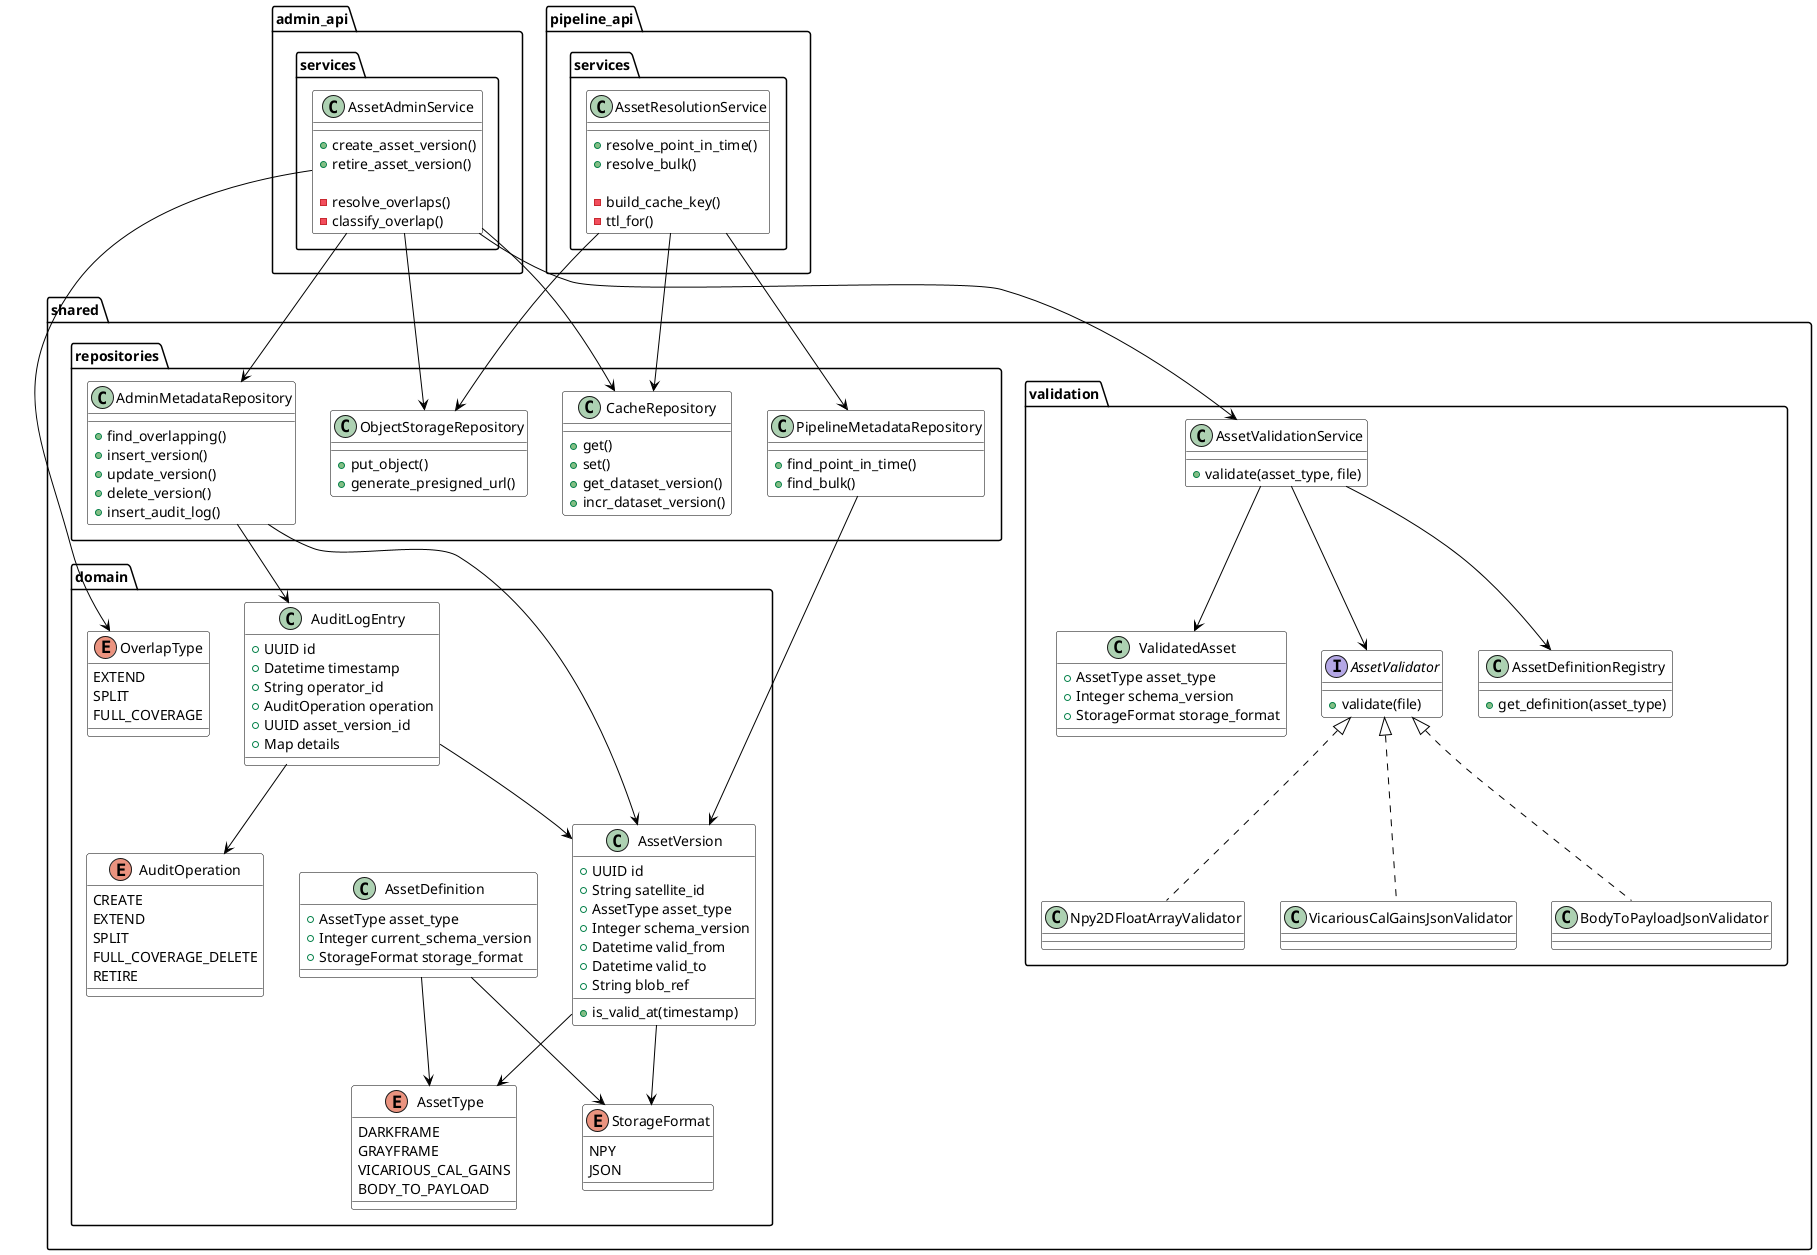
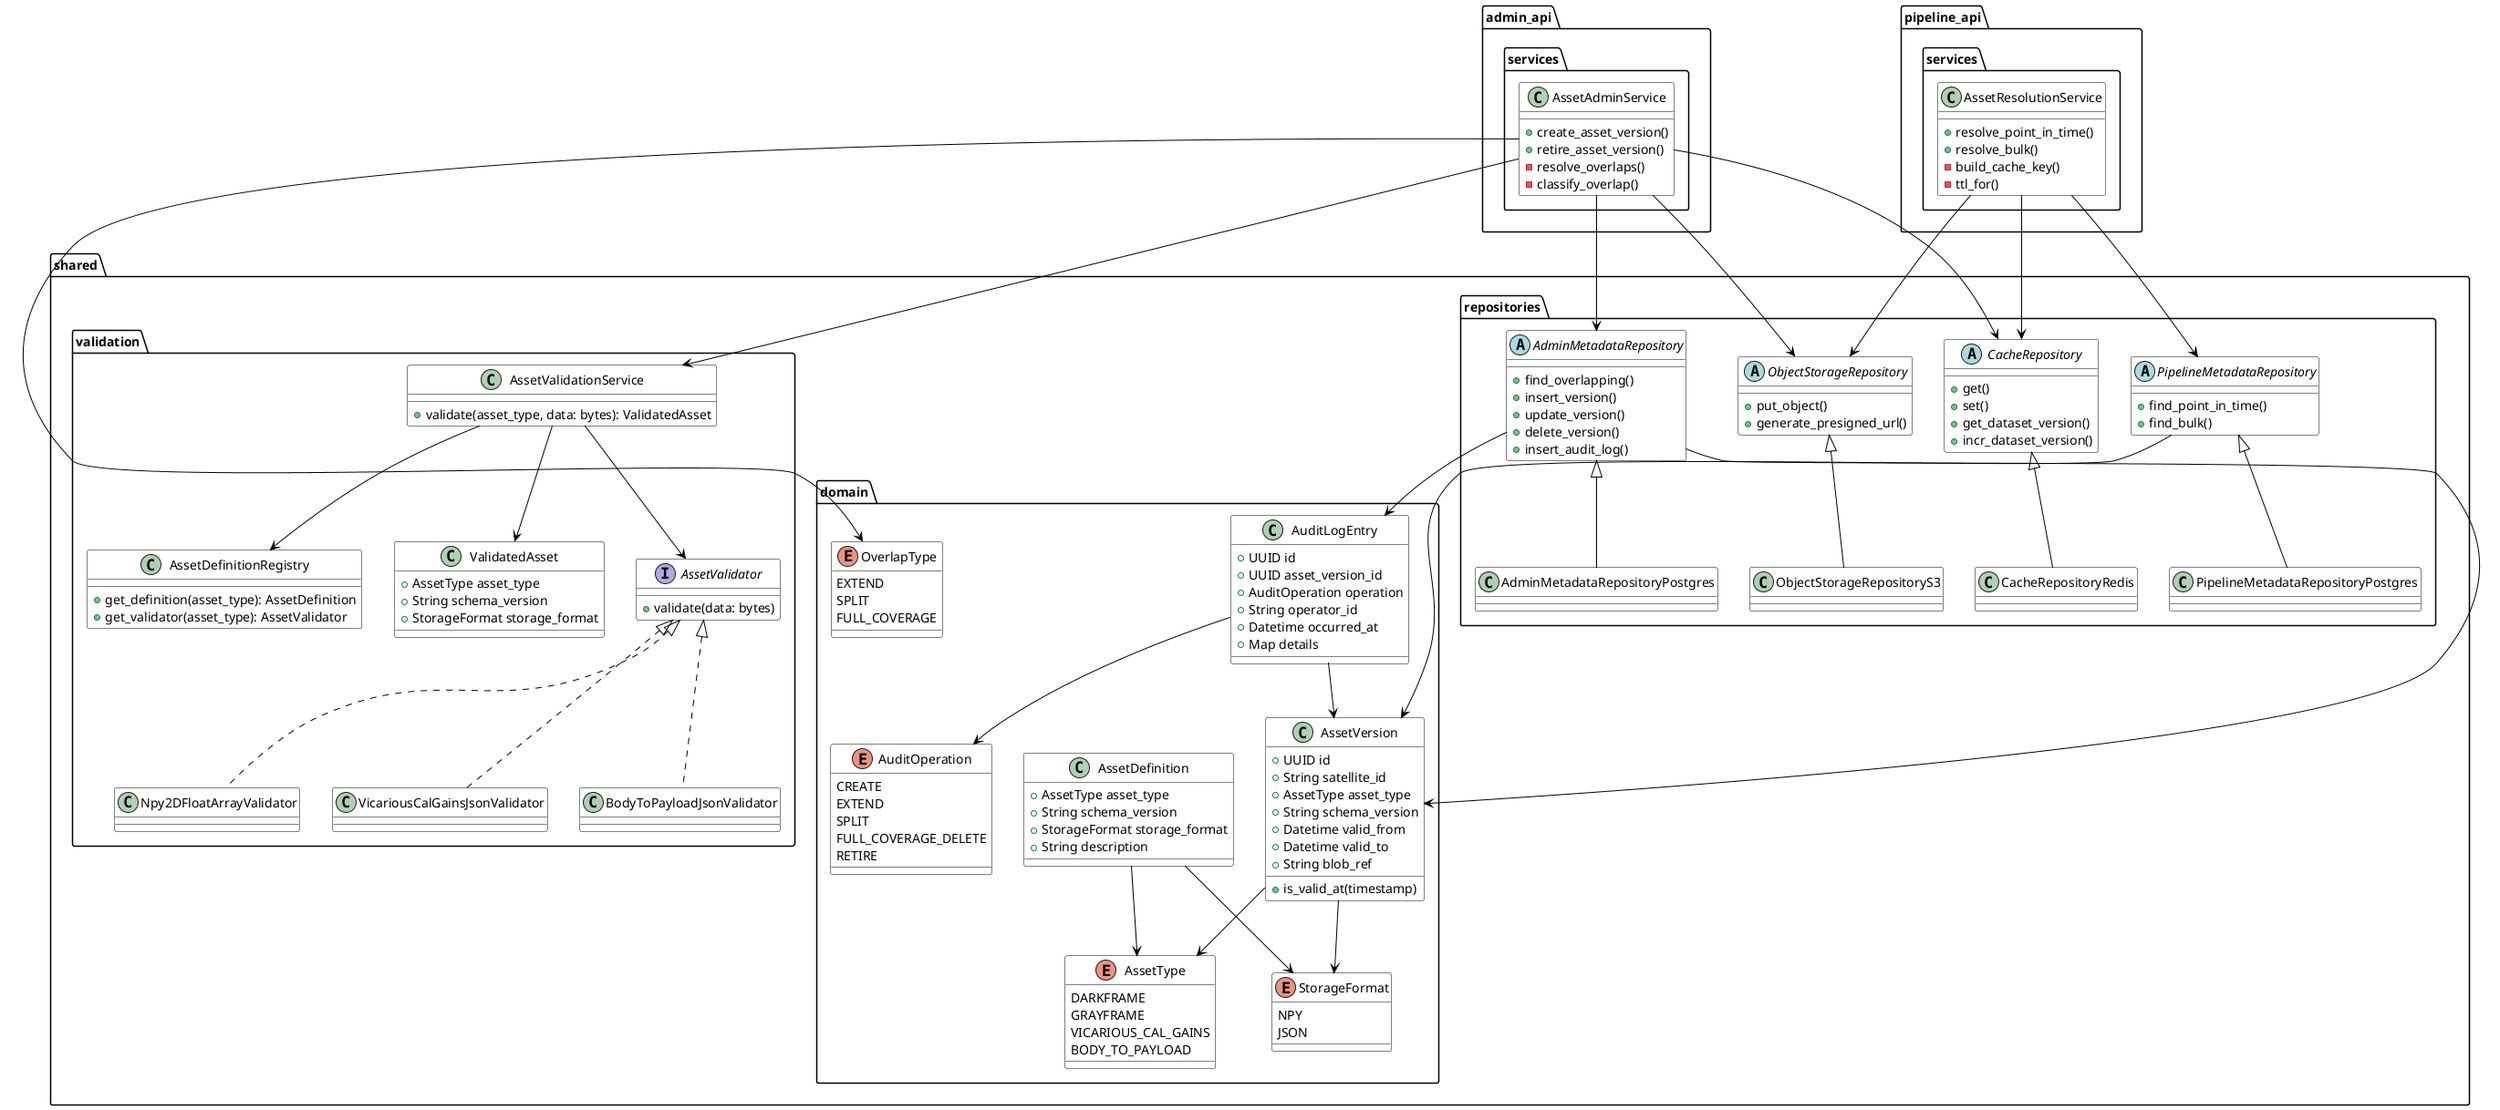
@startuml
- 
skinparam backgroundColor white
skinparam classBackgroundColor white
skinparam classBorderColor black
skinparam ArrowColor black
skinparam shadowing false

package "shared.domain" {

    enum AssetType {
        DARKFRAME
        GRAYFRAME
        VICARIOUS_CAL_GAINS
        BODY_TO_PAYLOAD
    }

    enum StorageFormat {
        NPY
        JSON
    }

    enum AuditOperation {
        CREATE
        EXTEND
        SPLIT
        FULL_COVERAGE_DELETE
        RETIRE
    }

    enum OverlapType {
        EXTEND
        SPLIT
        FULL_COVERAGE
    }

    class AssetVersion {
        +UUID id
        +String satellite_id
        +AssetType asset_type
-         +Integer schema_version
+         +String schema_version
        +Datetime valid_from
        +Datetime valid_to
        +String blob_ref
- 
        +is_valid_at(timestamp)
    }

    class AuditLogEntry {
        +UUID id
-         +Datetime timestamp
+         +UUID asset_version_id
+         +AuditOperation operation
        +String operator_id
-         +AuditOperation operation
-         +UUID asset_version_id
+         +Datetime occurred_at
        +Map details
    }

    class AssetDefinition {
        +AssetType asset_type
-         +Integer current_schema_version
+         +String schema_version
        +StorageFormat storage_format
+         +String description
    }
}

package "shared.validation" {

    interface AssetValidator {
-         +validate(file)
+         +validate(data: bytes)
    }

    class Npy2DFloatArrayValidator
    class VicariousCalGainsJsonValidator
    class BodyToPayloadJsonValidator

    class AssetValidationService {
-         +validate(asset_type, file)
+         +validate(asset_type, data: bytes): ValidatedAsset
    }

    class AssetDefinitionRegistry {
-         +get_definition(asset_type)
+         +get_definition(asset_type): AssetDefinition
+         +get_validator(asset_type): AssetValidator
    }

    class ValidatedAsset {
        +AssetType asset_type
-         +Integer schema_version
+         +String schema_version
        +StorageFormat storage_format
    }
}

package "shared.repositories" {

-     class AdminMetadataRepository {
+     abstract class AdminMetadataRepository {
        +find_overlapping()
        +insert_version()
        +update_version()
        +delete_version()
        +insert_audit_log()
    }
+     class AdminMetadataRepositoryPostgres

-     class PipelineMetadataRepository {
+     abstract class PipelineMetadataRepository {
        +find_point_in_time()
        +find_bulk()
    }
+     class PipelineMetadataRepositoryPostgres

-     class CacheRepository {
+     abstract class CacheRepository {
        +get()
        +set()
        +get_dataset_version()
        +incr_dataset_version()
    }
+     class CacheRepositoryRedis

-     class ObjectStorageRepository {
+     abstract class ObjectStorageRepository {
        +put_object()
        +generate_presigned_url()
    }
+     class ObjectStorageRepositoryS3
}

package "admin_api.services" {

    class AssetAdminService {
        +create_asset_version()
        +retire_asset_version()
- 
        -resolve_overlaps()
        -classify_overlap()
    }
}

package "pipeline_api.services" {

    class AssetResolutionService {
        +resolve_point_in_time()
        +resolve_bulk()
- 
        -build_cache_key()
        -ttl_for()
    }
}

+ ' ── domain ────────────────────────────────────────────────────
AssetVersion --> AssetType
AssetVersion --> StorageFormat
- 
AuditLogEntry --> AuditOperation
AuditLogEntry --> AssetVersion
- 
AssetDefinition --> AssetType
AssetDefinition --> StorageFormat

+ ' ── validation ────────────────────────────────────────────────
AssetValidator <|.. Npy2DFloatArrayValidator
AssetValidator <|.. VicariousCalGainsJsonValidator
AssetValidator <|.. BodyToPayloadJsonValidator
- 
AssetValidationService --> AssetDefinitionRegistry
AssetValidationService --> AssetValidator
AssetValidationService --> ValidatedAsset

+ ' ── repositories ──────────────────────────────────────────────
+ AdminMetadataRepository <|-- AdminMetadataRepositoryPostgres
+ PipelineMetadataRepository <|-- PipelineMetadataRepositoryPostgres
+ CacheRepository <|-- CacheRepositoryRedis
+ ObjectStorageRepository <|-- ObjectStorageRepositoryS3
AdminMetadataRepository --> AssetVersion
AdminMetadataRepository --> AuditLogEntry
- 
PipelineMetadataRepository --> AssetVersion

+ ' ── services ──────────────────────────────────────────────────
AssetAdminService --> AssetValidationService
AssetAdminService --> AdminMetadataRepository
AssetAdminService --> CacheRepository
AssetAdminService --> ObjectStorageRepository
AssetAdminService --> OverlapType

AssetResolutionService --> PipelineMetadataRepository
AssetResolutionService --> CacheRepository
AssetResolutionService --> ObjectStorageRepository
- 
@enduml